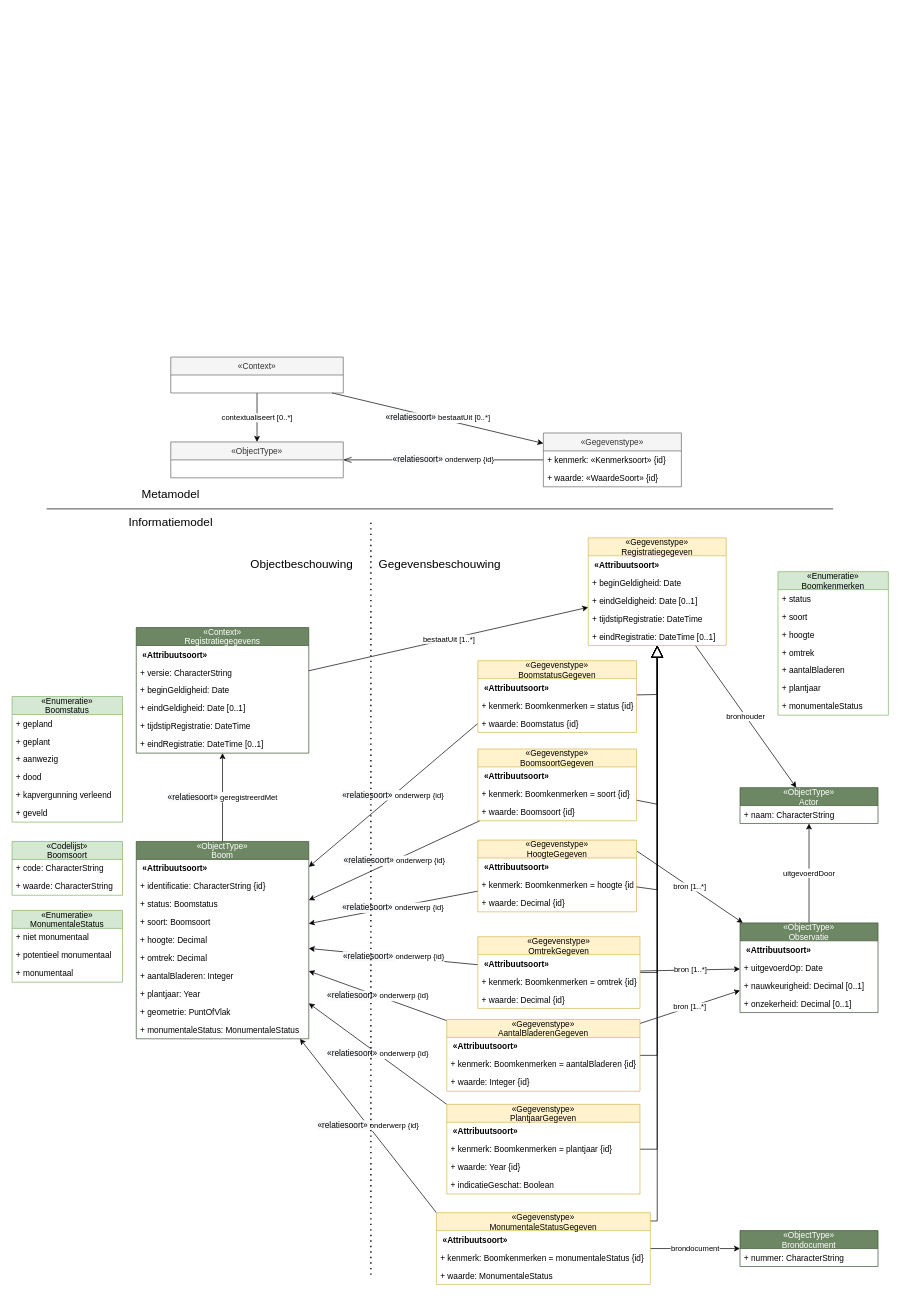
This is page "uitwerking A" (2 of 8) of casus/imboom/media/imboom.drawio from Geonovum/disgeo-imsor, a draw.io file, before an edit. Source tidied: cells renumbered, new cells numbered last; positions are measured from the earlier drawing's top-left corner, leaving out a move shared by most shapes. Both pictures are drawn from the tidied source at 69%, with x=0, y=0 at pixel (12, 357).
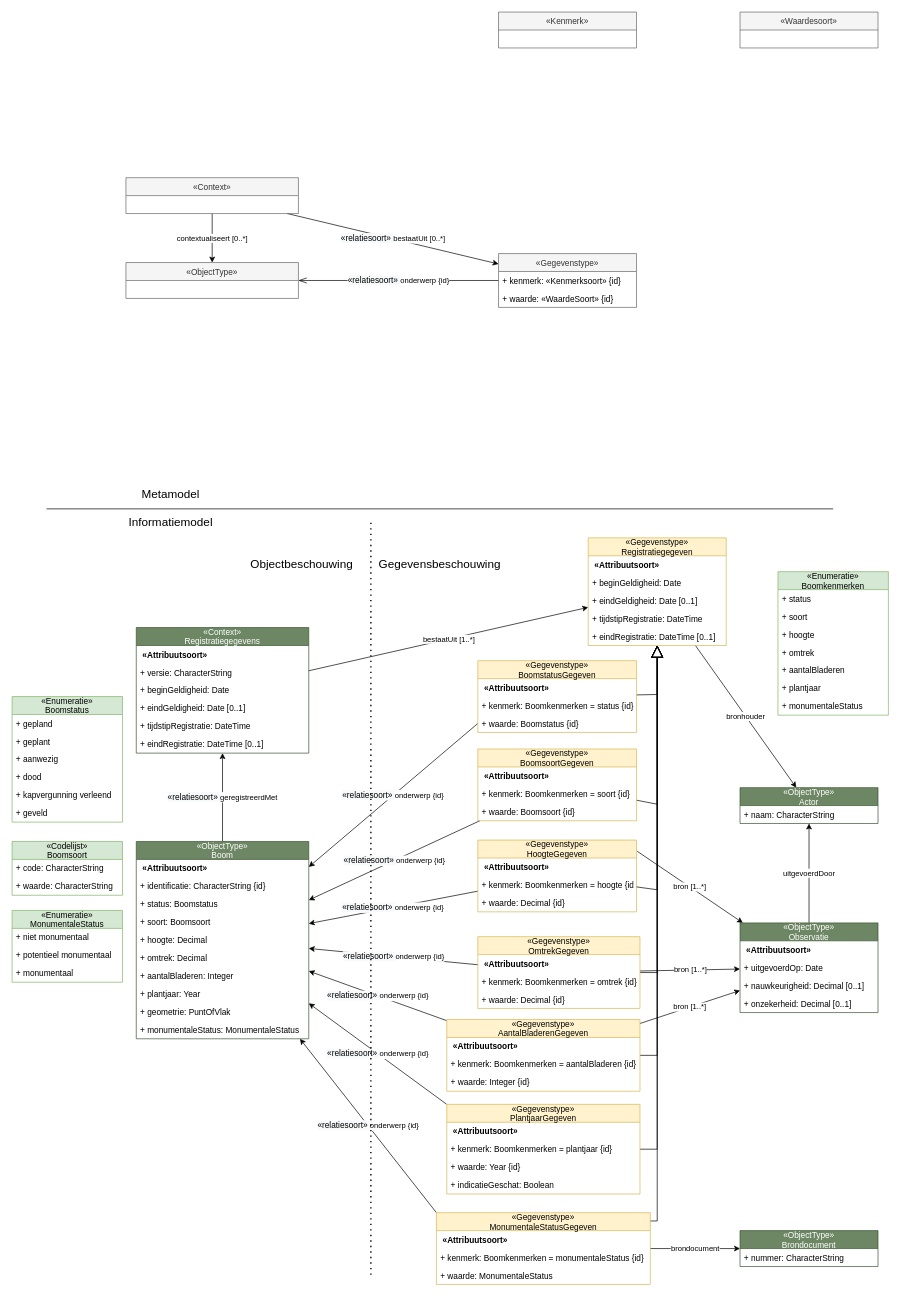
The same diagram, later.

Change to the diagram source:
```diff
@@
     <mxCell id="17" value="«Gegevenstype»" style="swimlane;fontStyle=0;horizontal=1;startSize=26;fillColor=#f5f5f5;strokeColor=#666666;fontColor=#333333;" parent="1" vertex="1">
-      <mxGeometry x="770" y="110" width="200" height="78" as="geometry" />
+      <mxGeometry x="705" y="-150" width="200" height="78" as="geometry" />
     </mxCell>
@@
     <mxCell id="20" value="«ObjectType»" style="swimlane;fontStyle=0;horizontal=1;startSize=26;fillColor=#f5f5f5;strokeColor=#666666;fontColor=#333333;" parent="1" vertex="1">
-      <mxGeometry x="230" y="123" width="250" height="52" as="geometry" />
+      <mxGeometry x="165" y="-137" width="250" height="52" as="geometry" />
     </mxCell>
@@
     <mxCell id="108" value="«Context»" style="swimlane;fontStyle=0;horizontal=1;startSize=26;fillColor=#f5f5f5;strokeColor=#666666;fontColor=#333333;" parent="1" vertex="1">
-      <mxGeometry x="230" width="250" height="52" as="geometry" />
+      <mxGeometry x="165" y="-260" width="250" height="52" as="geometry" />
     </mxCell>
@@
+    <mxCell id="122" value="«Waardesoort»" style="swimlane;fontStyle=0;horizontal=1;startSize=26;fillColor=#f5f5f5;strokeColor=#666666;fontColor=#333333;" parent="1" vertex="1">
+      <mxGeometry x="1055" y="-500" width="200" height="52" as="geometry" />
+    </mxCell>
+    <mxCell id="123" value="«Kenmerk»" style="swimlane;fontStyle=0;horizontal=1;startSize=26;fillColor=#f5f5f5;strokeColor=#666666;fontColor=#333333;" parent="1" vertex="1">
+      <mxGeometry x="705" y="-500" width="200" height="52" as="geometry" />
+    </mxCell>
```
